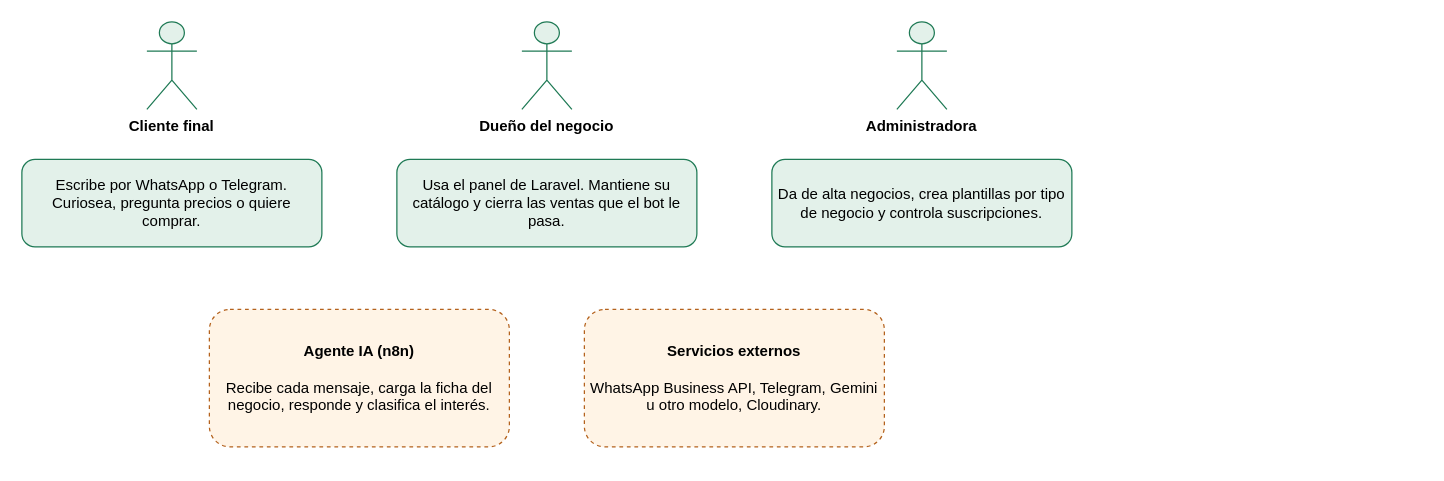
The draw.io diagram page "Actores" (2 of 6) of diagramas-saas.drawio in nicolasrodriguez09/N8N-SAS-ventas-crm-integracion-whatsap, before the edit. Source tidied: cells renumbered, new cells numbered last; positions are measured from the earlier drawing's top-left corner, leaving out a move shared by most shapes. Both pictures are drawn from the tidied source at 125%, with x=0, y=0 at pixel (21, 21).
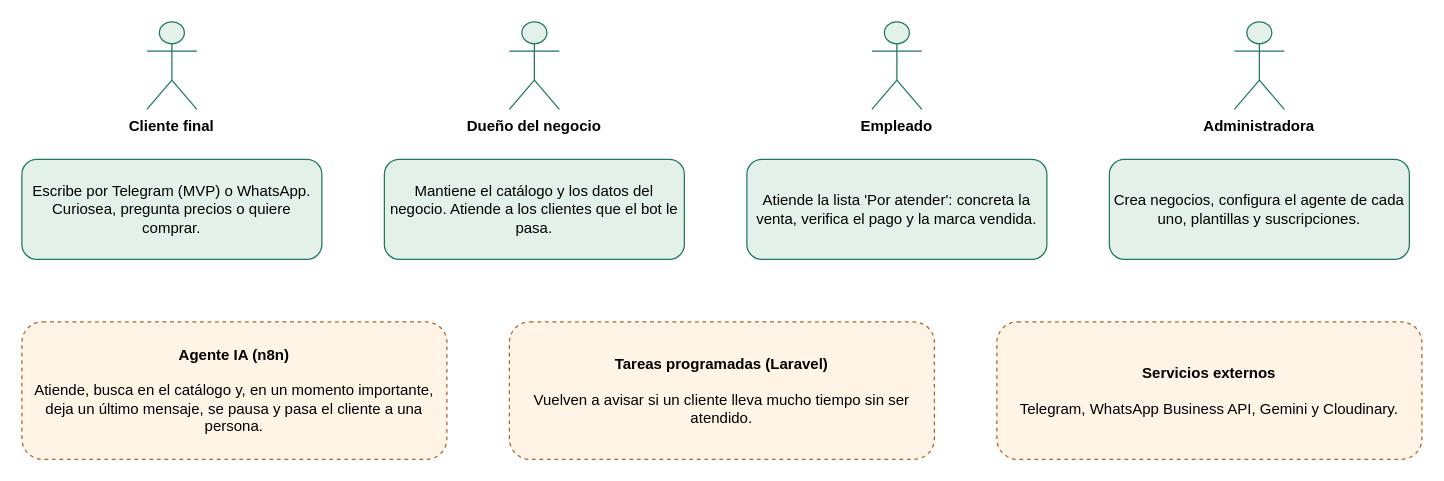
After the change.

Commit message (it also covers changes not shown here):
Rediseñar el paso a una persona: el bot se pausa y el panel concreta la venta

The edit, as a diff of the source:
```diff
@@
 <mxGraphModel>
   <root>
     <mxCell id="0" />
     <mxCell id="1" parent="0" />
     <mxCell id="2" value="Cliente final" style="shape=umlActor;verticalLabelPosition=bottom;verticalAlign=top;fontStyle=1;strokeColor=#1f7a55;fillColor=#e3f1ea;" parent="1" vertex="1">
       <mxGeometry x="100" width="40" height="70" as="geometry" />
     </mxCell>
-    <mxCell id="3" value="Escribe por WhatsApp o Telegram. Curiosea, pregunta precios o quiere comprar." style="rounded=1;whiteSpace=wrap;fillColor=#e3f1ea;strokeColor=#1f7a55;fontSize=12;" parent="1" vertex="1">
-      <mxGeometry y="110" width="240" height="70" as="geometry" />
+    <mxCell id="3" value="Escribe por Telegram (MVP) o WhatsApp. Curiosea, pregunta precios o quiere comprar." style="rounded=1;whiteSpace=wrap;fillColor=#e3f1ea;strokeColor=#1f7a55;fontSize=12;" parent="1" vertex="1">
+      <mxGeometry y="110" width="240" height="80" as="geometry" />
     </mxCell>
     <mxCell id="4" value="Dueño del negocio" style="shape=umlActor;verticalLabelPosition=bottom;verticalAlign=top;fontStyle=1;strokeColor=#1f7a55;fillColor=#e3f1ea;" parent="1" vertex="1">
-      <mxGeometry x="400" width="40" height="70" as="geometry" />
+      <mxGeometry x="390" width="40" height="70" as="geometry" />
     </mxCell>
-    <mxCell id="5" value="Usa el panel de Laravel. Mantiene su catálogo y cierra las ventas que el bot le pasa." style="rounded=1;whiteSpace=wrap;fillColor=#e3f1ea;strokeColor=#1f7a55;fontSize=12;" parent="1" vertex="1">
-      <mxGeometry x="300" y="110" width="240" height="70" as="geometry" />
+    <mxCell id="5" value="Mantiene el catálogo y los datos del negocio. Atiende a los clientes que el bot le pasa." style="rounded=1;whiteSpace=wrap;fillColor=#e3f1ea;strokeColor=#1f7a55;fontSize=12;" parent="1" vertex="1">
+      <mxGeometry x="290" y="110" width="240" height="80" as="geometry" />
     </mxCell>
-    <mxCell id="6" value="Administradora" style="shape=umlActor;verticalLabelPosition=bottom;verticalAlign=top;fontStyle=1;strokeColor=#1f7a55;fillColor=#e3f1ea;" parent="1" vertex="1">
-      <mxGeometry x="700" width="40" height="70" as="geometry" />
+    <mxCell id="6" value="Empleado" style="shape=umlActor;verticalLabelPosition=bottom;verticalAlign=top;fontStyle=1;strokeColor=#1f7a55;fillColor=#e3f1ea;" parent="1" vertex="1">
+      <mxGeometry x="680" width="40" height="70" as="geometry" />
     </mxCell>
-    <mxCell id="7" value="Da de alta negocios, crea plantillas por tipo de negocio y controla suscripciones." style="rounded=1;whiteSpace=wrap;fillColor=#e3f1ea;strokeColor=#1f7a55;fontSize=12;" parent="1" vertex="1">
-      <mxGeometry x="600" y="110" width="240" height="70" as="geometry" />
+    <mxCell id="7" value="Atiende la lista 'Por atender': concreta la venta, verifica el pago y la marca vendida." style="rounded=1;whiteSpace=wrap;fillColor=#e3f1ea;strokeColor=#1f7a55;fontSize=12;" parent="1" vertex="1">
+      <mxGeometry x="580" y="110" width="240" height="80" as="geometry" />
     </mxCell>
-    <mxCell id="8" value="&lt;b&gt;Agente IA (n8n)&lt;/b&gt;&lt;br&gt;&lt;br&gt;Recibe cada mensaje, carga la ficha del negocio, responde y clasifica el interés." style="rounded=1;whiteSpace=wrap;html=1;fillColor=#fff4e6;strokeColor=#b4621d;fontSize=12;dashed=1;" parent="1" vertex="1">
-      <mxGeometry x="150" y="230" width="240" height="110" as="geometry" />
+    <mxCell id="8" value="Administradora" style="shape=umlActor;verticalLabelPosition=bottom;verticalAlign=top;fontStyle=1;strokeColor=#1f7a55;fillColor=#e3f1ea;" parent="1" vertex="1">
+      <mxGeometry x="970" width="40" height="70" as="geometry" />
     </mxCell>
-    <mxCell id="9" value="&lt;b&gt;Servicios externos&lt;/b&gt;&lt;br&gt;&lt;br&gt;WhatsApp Business API, Telegram, Gemini u otro modelo, Cloudinary." style="rounded=1;whiteSpace=wrap;html=1;fillColor=#fff4e6;strokeColor=#b4621d;fontSize=12;dashed=1;" parent="1" vertex="1">
-      <mxGeometry x="450" y="230" width="240" height="110" as="geometry" />
+    <mxCell id="9" value="Crea negocios, configura el agente de cada uno, plantillas y suscripciones." style="rounded=1;whiteSpace=wrap;fillColor=#e3f1ea;strokeColor=#1f7a55;fontSize=12;" parent="1" vertex="1">
+      <mxGeometry x="870" y="110" width="240" height="80" as="geometry" />
     </mxCell>
+    <mxCell id="10" value="&lt;b&gt;Agente IA (n8n)&lt;/b&gt;&lt;br&gt;&lt;br&gt;Atiende, busca en el catálogo y, en un momento importante, deja un último mensaje, se pausa y pasa el cliente a una persona." style="rounded=1;whiteSpace=wrap;html=1;fillColor=#fff4e6;strokeColor=#b4621d;fontSize=12;dashed=1;" parent="1" vertex="1">
+      <mxGeometry y="240" width="340" height="110" as="geometry" />
+    </mxCell>
+    <mxCell id="11" value="&lt;b&gt;Tareas programadas (Laravel)&lt;/b&gt;&lt;br&gt;&lt;br&gt;Vuelven a avisar si un cliente lleva mucho tiempo sin ser atendido." style="rounded=1;whiteSpace=wrap;html=1;fillColor=#fff4e6;strokeColor=#b4621d;fontSize=12;dashed=1;" parent="1" vertex="1">
+      <mxGeometry x="390" y="240" width="340" height="110" as="geometry" />
+    </mxCell>
+    <mxCell id="12" value="&lt;b&gt;Servicios externos&lt;/b&gt;&lt;br&gt;&lt;br&gt;Telegram, WhatsApp Business API, Gemini y Cloudinary." style="rounded=1;whiteSpace=wrap;html=1;fillColor=#fff4e6;strokeColor=#b4621d;fontSize=12;dashed=1;" parent="1" vertex="1">
+      <mxGeometry x="780" y="240" width="340" height="110" as="geometry" />
+    </mxCell>
   </root>
 </mxGraphModel>
```
